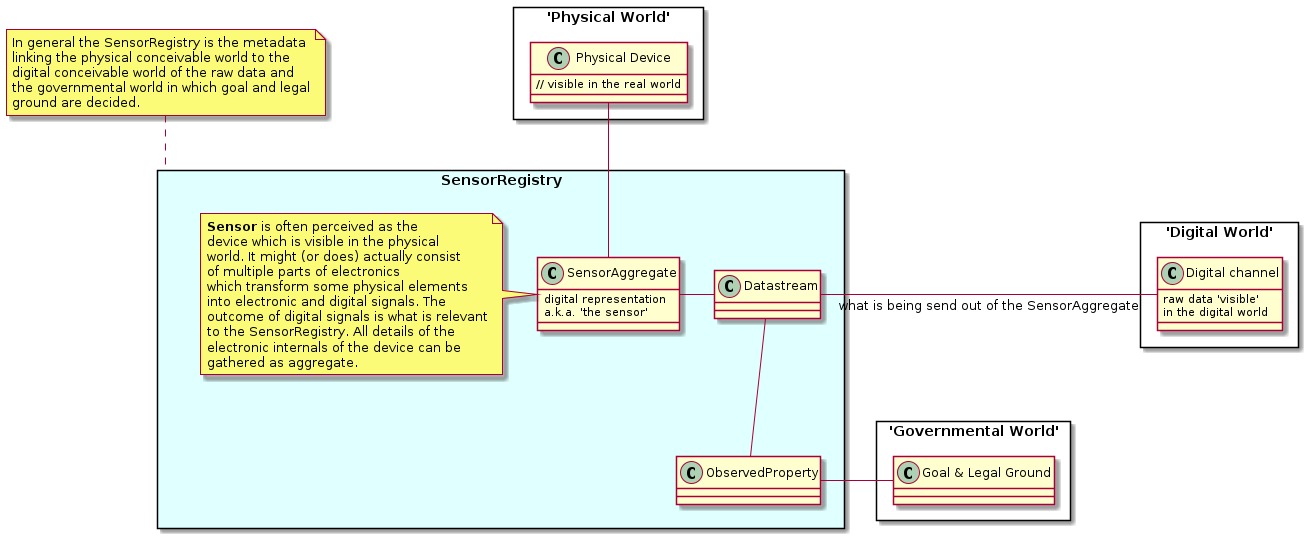
Above: docs/img/SensRNet-Datamodel-Context.png in kadaster-labs/sensrnet-home (PlantUML), before the change. Its diagram source:
```plantuml
@startuml "SensRNet-Datamodel-Context"

package "'Physical World'" <<Rectangle>> {

    class "Physical Device" {
        // visible in the real world
    }

}

package "SensorRegistry" <<Rectangle>> #LightCyan {


    class SensorAggregate {
        digital representation
        a.k.a. 'the sensor'
    }

    note left
        <b>Sensor</b> is often perceived as the
        device which is visible in the physical
        world. It might (or does) actually consist
        of multiple parts of electronics
        which transform some physical elements
        into electronic and digital signals. The
        outcome of digital signals is what is relevant
        to the SensorRegistry. All details of the
        electronic internals of the device can be
        gathered as aggregate.
    end note

    class Datastream

    class ObservedProperty

    SensorAggregate - Datastream
    Datastream -- ObservedProperty

}

note as N1
    In general the SensorRegistry is the metadata
    linking the physical conceivable world to the
    digital conceivable world of the raw data and
    the governmental world in which goal and legal
    ground are decided.
end note

N1 .. "SensorRegistry"

package "'Digital World'" <<Rectangle>> {

    class "Digital channel" {
        raw data 'visible'
        in the digital world
    }

}

package "'Governmental World'" <<Rectangle>> {

    class "Goal & Legal Ground"
}

"Physical Device" -- "SensorAggregate"
Datastream - "Digital channel" : what is being send out of the SensorAggregate
ObservedProperty - "Goal & Legal Ground"

@enduml
```
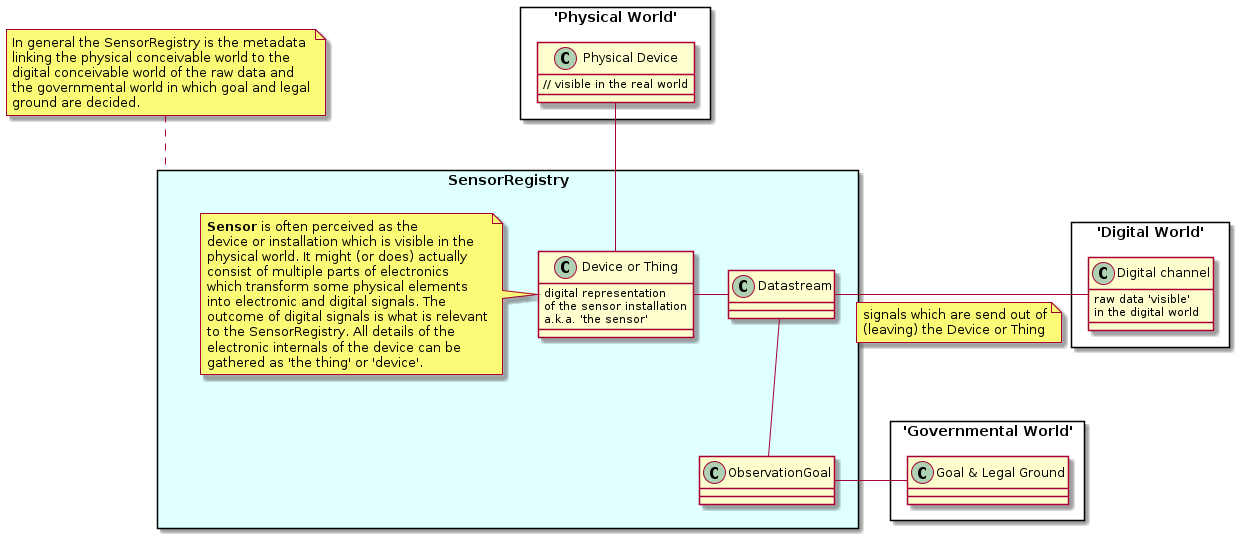
After the commit.

The edit, as a diff of the source:
```diff
@@ -11,30 +11,31 @@
 package "SensorRegistry" <<Rectangle>> #LightCyan {
 
 
-    class SensorAggregate {
+    class "Device or Thing" {
         digital representation
+        of the sensor installation
         a.k.a. 'the sensor'
     }
 
     note left
         <b>Sensor</b> is often perceived as the
-        device which is visible in the physical
-        world. It might (or does) actually consist
-        of multiple parts of electronics
+        device or installation which is visible in the
+        physical world. It might (or does) actually
+        consist of multiple parts of electronics
         which transform some physical elements
         into electronic and digital signals. The
         outcome of digital signals is what is relevant
         to the SensorRegistry. All details of the
         electronic internals of the device can be
-        gathered as aggregate.
+        gathered as 'the thing' or 'device'.
     end note
 
     class Datastream
 
-    class ObservedProperty
+    class ObservationGoal
 
-    SensorAggregate - Datastream
-    Datastream -- ObservedProperty
+    "Device or Thing" - Datastream
+    Datastream -- ObservationGoal
 
 }
 
@@ -62,8 +63,15 @@
     class "Goal & Legal Ground"
 }
 
-"Physical Device" -- "SensorAggregate"
-Datastream - "Digital channel" : what is being send out of the SensorAggregate
-ObservedProperty - "Goal & Legal Ground"
+"Physical Device" -- "Device or Thing"
+
+Datastream - "Digital channel"
+
+note top on link
+    signals which are send out of
+    (leaving) the Device or Thing
+end note
+
+ObservationGoal - "Goal & Legal Ground"
 
 @enduml
```
